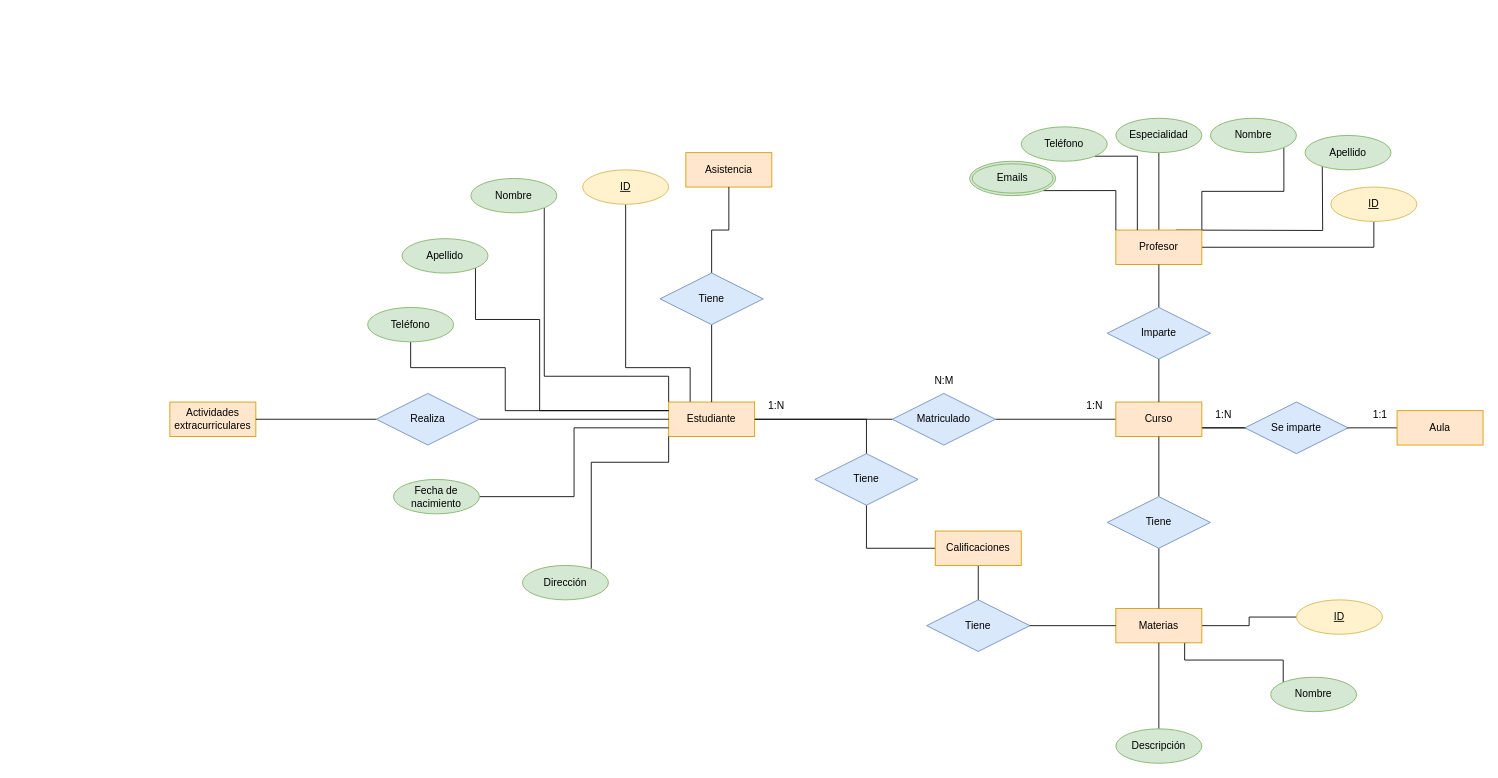
Above: TareaEvaluable_BAE.drawio in GRMiguelAngel/Base-Datos (draw.io), before the change. Source tidied: cells renumbered, new cells numbered last; positions are measured from the earlier drawing's top-left corner, leaving out a move shared by most shapes. Both pictures are drawn from the tidied source at 86%, with x=0, y=0 at pixel (169, 118).
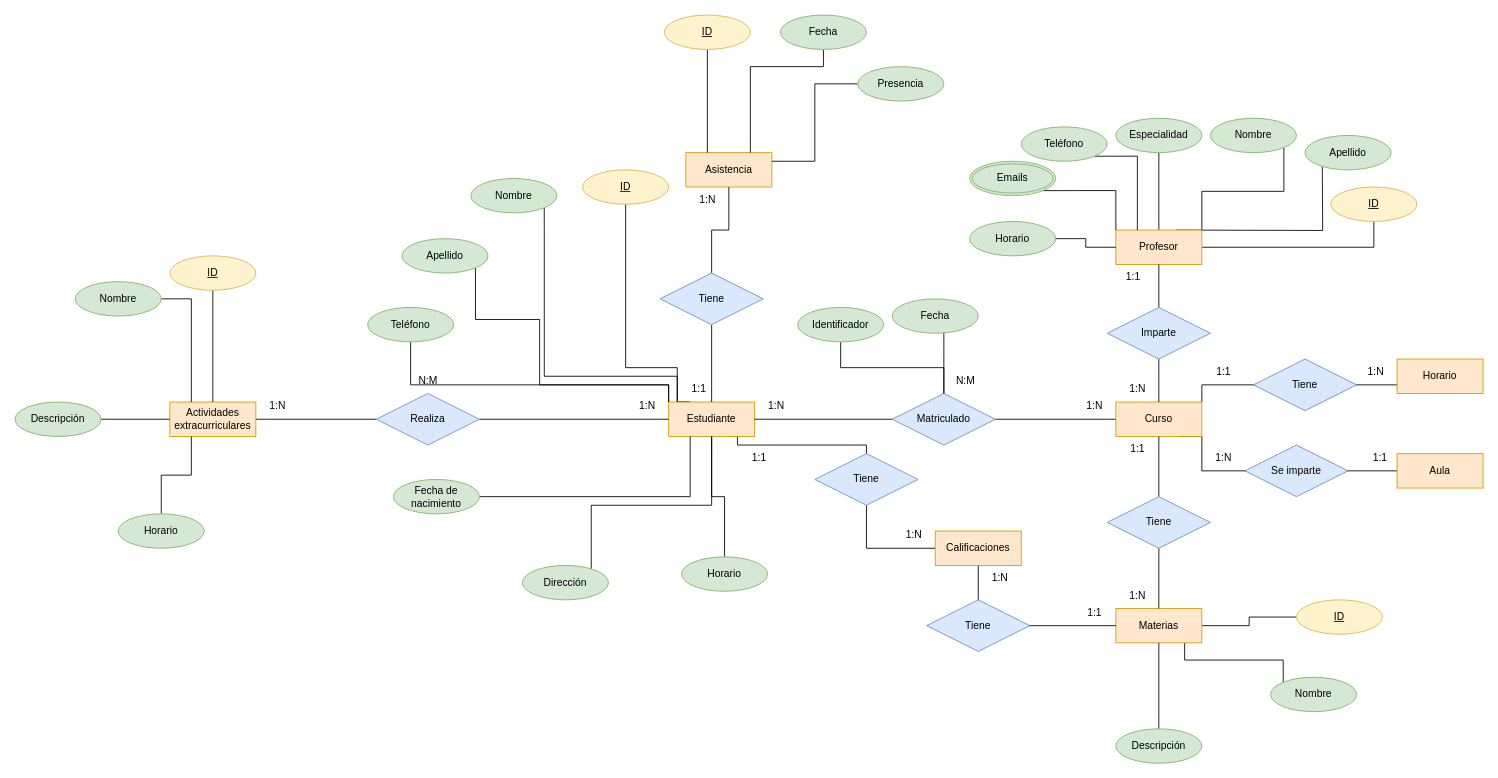
After the change.

Unchanged cells that the change refers to:
```xml
<mxCell id="4" value="Curso" style="whiteSpace=wrap;html=1;align=center;fillColor=#ffe6cc;strokeColor=#d79b00;" parent="1" vertex="1">
  <mxGeometry x="1100" y="330" width="100" height="40" as="geometry" />
</mxCell>
<mxCell id="8" value="Estudiante" style="whiteSpace=wrap;html=1;align=center;fillColor=#ffe6cc;strokeColor=#d79b00;" parent="1" vertex="1">
  <mxGeometry x="580" y="330" width="100" height="40" as="geometry" />
</mxCell>
<mxCell id="13" value="Profesor" style="whiteSpace=wrap;html=1;align=center;fillColor=#ffe6cc;strokeColor=#d79b00;" parent="1" vertex="1">
  <mxGeometry x="1100" y="130" width="100" height="40" as="geometry" />
</mxCell>
<mxCell id="14" value="Asistencia" style="whiteSpace=wrap;html=1;align=center;fillColor=#ffe6cc;strokeColor=#d79b00;" parent="1" vertex="1">
  <mxGeometry x="600" y="40" width="100" height="40" as="geometry" />
</mxCell>
<mxCell id="15" value="Actividades extracurriculares" style="whiteSpace=wrap;html=1;align=center;fillColor=#ffe6cc;strokeColor=#d79b00;" parent="1" vertex="1">
  <mxGeometry y="330" width="100" height="40" as="geometry" />
</mxCell>
<mxCell id="20" value="Calificaciones" style="whiteSpace=wrap;html=1;align=center;fillColor=#ffe6cc;strokeColor=#d79b00;" parent="1" vertex="1">
  <mxGeometry x="890" y="480" width="100" height="40" as="geometry" />
</mxCell>
<mxCell id="22" value="Matriculado" style="shape=rhombus;perimeter=rhombusPerimeter;whiteSpace=wrap;html=1;align=center;fillColor=#dae8fc;strokeColor=#6c8ebf;" parent="1" vertex="1">
  <mxGeometry x="840" y="320" width="120" height="60" as="geometry" />
</mxCell>
<mxCell id="38" value="ID" style="ellipse;whiteSpace=wrap;html=1;align=center;fontStyle=4;fillColor=#fff2cc;strokeColor=#d6b656;" parent="1" vertex="1">
  <mxGeometry x="480" y="60" width="100" height="40" as="geometry" />
</mxCell>
<mxCell id="39" value="Nombre" style="ellipse;whiteSpace=wrap;html=1;align=center;fillColor=#d5e8d4;strokeColor=#82b366;" parent="1" vertex="1">
  <mxGeometry x="350" y="70" width="100" height="40" as="geometry" />
</mxCell>
<mxCell id="41" value="Apellido" style="ellipse;whiteSpace=wrap;html=1;align=center;fillColor=#d5e8d4;strokeColor=#82b366;" parent="1" vertex="1">
  <mxGeometry x="270" y="140" width="100" height="40" as="geometry" />
</mxCell>
<mxCell id="43" value="Teléfono" style="ellipse;whiteSpace=wrap;html=1;align=center;fillColor=#d5e8d4;strokeColor=#82b366;" parent="1" vertex="1">
  <mxGeometry x="230" y="220" width="100" height="40" as="geometry" />
</mxCell>
<mxCell id="45" value="Dirección" style="ellipse;whiteSpace=wrap;html=1;align=center;fillColor=#d5e8d4;strokeColor=#82b366;" parent="1" vertex="1">
  <mxGeometry x="410" y="520" width="100" height="40" as="geometry" />
</mxCell>
<mxCell id="47" value="Fecha de nacimiento" style="ellipse;whiteSpace=wrap;html=1;align=center;fillColor=#d5e8d4;strokeColor=#82b366;" parent="1" vertex="1">
  <mxGeometry x="260" y="420" width="100" height="40" as="geometry" />
</mxCell>
```

What changed in the source:
```diff
@@
-    <mxCell id="3" style="edgeStyle=orthogonalEdgeStyle;rounded=0;jettySize=auto;html=1;exitX=1;exitY=0.5;exitDx=0;exitDy=0;endArrow=none;endFill=0;" parent="1" edge="1" source="60" target="37">
+    <mxCell id="3" style="edgeStyle=orthogonalEdgeStyle;rounded=0;jettySize=auto;html=1;endArrow=none;endFill=0;entryX=0;entryY=0.5;entryDx=0;entryDy=0;exitX=0.75;exitY=1;exitDx=0;exitDy=0;" parent="1" edge="1" source="4" target="37">
       <mxGeometry relative="1" as="geometry">
         <Array as="points">
-          <mxPoint x="1200" y="360" />
+          <mxPoint x="1200" y="370" />
+          <mxPoint x="1200" y="410" />
         </Array>
       </mxGeometry>
     </mxCell>
+    <mxCell id="66" style="edgeStyle=orthogonalEdgeStyle;rounded=0;jettySize=auto;html=1;exitX=1;exitY=0;exitDx=0;exitDy=0;endArrow=none;endFill=0;" parent="1" edge="1" source="4" target="76">
+      <mxGeometry relative="1" as="geometry">
+        <Array as="points">
+          <mxPoint x="1200" y="310" />
+        </Array>
+      </mxGeometry>
+    </mxCell>
@@
-    <mxCell id="5" style="edgeStyle=orthogonalEdgeStyle;rounded=0;jettySize=auto;html=1;entryX=0;entryY=0.5;entryDx=0;entryDy=0;endArrow=none;endFill=0;" parent="1" edge="1" source="8" target="20">
+    <mxCell id="5" style="edgeStyle=orthogonalEdgeStyle;rounded=0;jettySize=auto;html=1;entryX=0;entryY=0.5;entryDx=0;entryDy=0;endArrow=none;endFill=0;exitX=0.75;exitY=1;exitDx=0;exitDy=0;" parent="1" edge="1" source="8" target="20">
       <mxGeometry relative="1" as="geometry">
         <Array as="points">
+          <mxPoint x="660" y="370" />
+          <mxPoint x="660" y="380" />
+          <mxPoint x="810" y="380" />
           <mxPoint x="810" y="500" />
         </Array>
       </mxGeometry>
     </mxCell>
     <mxCell id="6" style="edgeStyle=orthogonalEdgeStyle;rounded=0;jettySize=auto;html=1;exitX=0.25;exitY=0;exitDx=0;exitDy=0;endArrow=none;endFill=0;" parent="1" edge="1" source="8" target="38">
       <mxGeometry relative="1" as="geometry">
         <Array as="points">
-          <mxPoint x="605" y="290" />
+          <mxPoint x="590" y="330" />
+          <mxPoint x="590" y="290" />
           <mxPoint x="530" y="290" />
         </Array>
       </mxGeometry>
     </mxCell>
-    <mxCell id="7" style="edgeStyle=orthogonalEdgeStyle;rounded=0;jettySize=auto;html=1;exitX=0;exitY=0;exitDx=0;exitDy=0;entryX=1;entryY=1;entryDx=0;entryDy=0;endArrow=none;endFill=0;" parent="1" edge="1" source="8" target="39">
+    <mxCell id="7" style="edgeStyle=orthogonalEdgeStyle;rounded=0;jettySize=auto;html=1;exitX=0.25;exitY=0;exitDx=0;exitDy=0;entryX=1;entryY=1;entryDx=0;entryDy=0;endArrow=none;endFill=0;" parent="1" edge="1" source="8" target="39">
       <mxGeometry relative="1" as="geometry">
         <Array as="points">
-          <mxPoint x="580" y="300" />
+          <mxPoint x="590" y="330" />
+          <mxPoint x="590" y="300" />
           <mxPoint x="435" y="300" />
         </Array>
       </mxGeometry>
     </mxCell>
@@
     <mxCell id="37" value="Aula" style="whiteSpace=wrap;html=1;align=center;fillColor=#ffe6cc;strokeColor=#d79b00;" parent="1" vertex="1">
-      <mxGeometry x="1427" y="340" width="100" height="40" as="geometry" />
+      <mxGeometry x="1427" y="390" width="100" height="40" as="geometry" />
     </mxCell>
@@
-    <mxCell id="40" style="edgeStyle=orthogonalEdgeStyle;rounded=0;jettySize=auto;html=1;exitX=1;exitY=1;exitDx=0;exitDy=0;entryX=0;entryY=0.25;entryDx=0;entryDy=0;endArrow=none;endFill=0;" parent="1" edge="1" source="41" target="8">
+    <mxCell id="40" style="edgeStyle=orthogonalEdgeStyle;rounded=0;jettySize=auto;html=1;exitX=1;exitY=1;exitDx=0;exitDy=0;endArrow=none;endFill=0;" parent="1" edge="1" source="41">
       <mxGeometry relative="1" as="geometry">
+        <mxPoint x="580" y="330" as="targetPoint" />
         <Array as="points">
+          <mxPoint x="355" y="234" />
           <mxPoint x="430" y="234" />
-          <mxPoint x="430" y="340" />
+          <mxPoint x="430" y="310" />
+          <mxPoint x="580" y="310" />
         </Array>
       </mxGeometry>
     </mxCell>
@@
-    <mxCell id="42" style="edgeStyle=orthogonalEdgeStyle;rounded=0;jettySize=auto;html=1;endArrow=none;endFill=0;" parent="1" edge="1" source="43">
+    <mxCell id="42" style="edgeStyle=orthogonalEdgeStyle;rounded=0;jettySize=auto;html=1;endArrow=none;endFill=0;entryX=0;entryY=0;entryDx=0;entryDy=0;exitX=0.5;exitY=1;exitDx=0;exitDy=0;" parent="1" edge="1" source="43" target="8">
       <mxGeometry relative="1" as="geometry">
-        <mxPoint x="580" y="340" as="targetPoint" />
         <Array as="points">
-          <mxPoint x="280" y="290" />
-          <mxPoint x="390" y="290" />
-          <mxPoint x="390" y="340" />
+          <mxPoint x="280" y="310" />
+          <mxPoint x="580" y="310" />
         </Array>
       </mxGeometry>
     </mxCell>
@@
-    <mxCell id="44" style="edgeStyle=orthogonalEdgeStyle;rounded=0;jettySize=auto;html=1;exitX=1;exitY=0;exitDx=0;exitDy=0;entryX=0;entryY=1;entryDx=0;entryDy=0;endArrow=none;endFill=0;" parent="1" edge="1" source="45" target="8">
+    <mxCell id="44" style="edgeStyle=orthogonalEdgeStyle;rounded=0;jettySize=auto;html=1;exitX=1;exitY=0;exitDx=0;exitDy=0;entryX=0.5;entryY=1;entryDx=0;entryDy=0;endArrow=none;endFill=0;" parent="1" edge="1" source="45" target="8">
       <mxGeometry relative="1" as="geometry">
         <Array as="points">
           <mxPoint x="490" y="526" />
-          <mxPoint x="490" y="400" />
-          <mxPoint x="580" y="400" />
+          <mxPoint x="490" y="450" />
+          <mxPoint x="630" y="450" />
         </Array>
       </mxGeometry>
     </mxCell>
@@
-    <mxCell id="46" style="edgeStyle=orthogonalEdgeStyle;rounded=0;jettySize=auto;html=1;entryX=0;entryY=0.75;entryDx=0;entryDy=0;endArrow=none;endFill=0;" parent="1" edge="1" source="47" target="8">
+    <mxCell id="46" style="edgeStyle=orthogonalEdgeStyle;rounded=0;jettySize=auto;html=1;entryX=0.25;entryY=1;entryDx=0;entryDy=0;endArrow=none;endFill=0;" parent="1" edge="1" source="47" target="8">
       <mxGeometry relative="1" as="geometry" />
     </mxCell>
@@
     <mxCell id="60" value="Se imparte" style="shape=rhombus;perimeter=rhombusPerimeter;whiteSpace=wrap;html=1;align=center;fillColor=#dae8fc;strokeColor=#6c8ebf;" parent="1" vertex="1">
-      <mxGeometry x="1250" y="330" width="120" height="60" as="geometry" />
+      <mxGeometry x="1250" y="380" width="120" height="60" as="geometry" />
     </mxCell>
     <mxCell id="61" value="1:1" style="text;html=1;align=center;verticalAlign=middle;strokeColor=none;fillColor=none;" parent="1" vertex="1">
-      <mxGeometry x="1387" y="330" width="40" height="30" as="geometry" />
+      <mxGeometry x="1387" y="380" width="40" height="30" as="geometry" />
     </mxCell>
     <mxCell id="62" value="1:N" style="text;html=1;align=center;verticalAlign=middle;strokeColor=none;fillColor=none;" parent="1" vertex="1">
-      <mxGeometry x="1205" y="330" width="40" height="30" as="geometry" />
+      <mxGeometry x="1205" y="380" width="40" height="30" as="geometry" />
     </mxCell>
@@
     <mxCell id="65" value="N:M" style="text;html=1;align=center;verticalAlign=middle;strokeColor=none;fillColor=none;" parent="1" vertex="1">
-      <mxGeometry x="875" y="290" width="50" height="30" as="geometry" />
+      <mxGeometry x="900" y="290" width="50" height="30" as="geometry" />
     </mxCell>
+    <mxCell id="67" value="1:N" style="text;html=1;align=center;verticalAlign=middle;strokeColor=none;fillColor=none;" parent="1" vertex="1">
+      <mxGeometry x="1105" y="300" width="40" height="30" as="geometry" />
+    </mxCell>
+    <mxCell id="68" value="1:1" style="text;html=1;align=center;verticalAlign=middle;strokeColor=none;fillColor=none;" parent="1" vertex="1">
+      <mxGeometry x="1100" y="170" width="40" height="30" as="geometry" />
+    </mxCell>
+    <mxCell id="69" value="1:N" style="text;html=1;align=center;verticalAlign=middle;strokeColor=none;fillColor=none;" parent="1" vertex="1">
+      <mxGeometry x="1105" y="540" width="40" height="30" as="geometry" />
+    </mxCell>
+    <mxCell id="70" value="1:1" style="text;html=1;align=center;verticalAlign=middle;strokeColor=none;fillColor=none;" parent="1" vertex="1">
+      <mxGeometry x="1105" y="370" width="40" height="30" as="geometry" />
+    </mxCell>
+    <mxCell id="71" value="1:N" style="text;html=1;align=center;verticalAlign=middle;strokeColor=none;fillColor=none;" parent="1" vertex="1">
+      <mxGeometry x="535" y="320" width="40" height="30" as="geometry" />
+    </mxCell>
+    <mxCell id="72" value="1:N" style="text;html=1;align=center;verticalAlign=middle;strokeColor=none;fillColor=none;" parent="1" vertex="1">
+      <mxGeometry x="105" y="320" width="40" height="30" as="geometry" />
+    </mxCell>
+    <mxCell id="73" value="N:M" style="text;html=1;align=center;verticalAlign=middle;strokeColor=none;fillColor=none;" parent="1" vertex="1">
+      <mxGeometry x="275" y="290" width="50" height="30" as="geometry" />
+    </mxCell>
+    <mxCell id="74" value="1:N" style="text;html=1;align=center;verticalAlign=middle;strokeColor=none;fillColor=none;" parent="1" vertex="1">
+      <mxGeometry x="605" y="80" width="40" height="30" as="geometry" />
+    </mxCell>
+    <mxCell id="75" value="1:1" style="text;html=1;align=center;verticalAlign=middle;strokeColor=none;fillColor=none;" parent="1" vertex="1">
+      <mxGeometry x="595" y="300" width="40" height="30" as="geometry" />
+    </mxCell>
+    <mxCell id="76" value="Horario" style="whiteSpace=wrap;html=1;align=center;fillColor=#ffe6cc;strokeColor=#d79b00;" parent="1" vertex="1">
+      <mxGeometry x="1427" y="280" width="100" height="40" as="geometry" />
+    </mxCell>
+    <mxCell id="77" value="Tiene" style="shape=rhombus;perimeter=rhombusPerimeter;whiteSpace=wrap;html=1;align=center;fillColor=#dae8fc;strokeColor=#6c8ebf;" parent="1" vertex="1">
+      <mxGeometry x="1260" y="280" width="120" height="60" as="geometry" />
+    </mxCell>
+    <mxCell id="78" value="1:N" style="text;html=1;align=center;verticalAlign=middle;strokeColor=none;fillColor=none;" parent="1" vertex="1">
+      <mxGeometry x="1382" y="280" width="40" height="30" as="geometry" />
+    </mxCell>
+    <mxCell id="79" value="1:1" style="text;html=1;align=center;verticalAlign=middle;strokeColor=none;fillColor=none;" parent="1" vertex="1">
+      <mxGeometry x="1205" y="280" width="40" height="30" as="geometry" />
+    </mxCell>
+    <mxCell id="80" value="1:1" style="text;html=1;align=center;verticalAlign=middle;strokeColor=none;fillColor=none;" parent="1" vertex="1">
+      <mxGeometry x="665" y="380" width="40" height="30" as="geometry" />
+    </mxCell>
+    <mxCell id="81" value="1:N" style="text;html=1;align=center;verticalAlign=middle;strokeColor=none;fillColor=none;" parent="1" vertex="1">
+      <mxGeometry x="845" y="470" width="40" height="30" as="geometry" />
+    </mxCell>
+    <mxCell id="82" value="1:1" style="text;html=1;align=center;verticalAlign=middle;strokeColor=none;fillColor=none;" parent="1" vertex="1">
+      <mxGeometry x="1055" y="560" width="40" height="30" as="geometry" />
+    </mxCell>
+    <mxCell id="83" value="1:N" style="text;html=1;align=center;verticalAlign=middle;strokeColor=none;fillColor=none;" parent="1" vertex="1">
+      <mxGeometry x="945" y="520" width="40" height="30" as="geometry" />
+    </mxCell>
+    <mxCell id="84" style="edgeStyle=orthogonalEdgeStyle;rounded=0;jettySize=auto;html=1;endArrow=none;endFill=0;" parent="1" edge="1" source="85" target="22">
+      <mxGeometry relative="1" as="geometry">
+        <Array as="points">
+          <mxPoint x="780" y="290" />
+          <mxPoint x="900" y="290" />
+        </Array>
+      </mxGeometry>
+    </mxCell>
+    <mxCell id="85" value="Identificador" style="ellipse;whiteSpace=wrap;html=1;align=center;fillColor=#d5e8d4;strokeColor=#82b366;" parent="1" vertex="1">
+      <mxGeometry x="730" y="220" width="100" height="40" as="geometry" />
+    </mxCell>
+    <mxCell id="86" style="edgeStyle=orthogonalEdgeStyle;rounded=0;jettySize=auto;html=1;entryX=0.5;entryY=0;entryDx=0;entryDy=0;endArrow=none;endFill=0;" parent="1" edge="1" source="87" target="22">
+      <mxGeometry relative="1" as="geometry">
+        <Array as="points">
+          <mxPoint x="900" y="270" />
+          <mxPoint x="900" y="270" />
+        </Array>
+      </mxGeometry>
+    </mxCell>
+    <mxCell id="87" value="Fecha" style="ellipse;whiteSpace=wrap;html=1;align=center;fillColor=#d5e8d4;strokeColor=#82b366;" parent="1" vertex="1">
+      <mxGeometry x="840" y="210" width="100" height="40" as="geometry" />
+    </mxCell>
+    <mxCell id="88" style="edgeStyle=orthogonalEdgeStyle;rounded=0;jettySize=auto;html=1;endArrow=none;endFill=0;" parent="1" edge="1" source="89" target="8">
+      <mxGeometry relative="1" as="geometry" />
+    </mxCell>
+    <mxCell id="89" value="Horario" style="ellipse;whiteSpace=wrap;html=1;align=center;fillColor=#d5e8d4;strokeColor=#82b366;" parent="1" vertex="1">
+      <mxGeometry x="595" y="510" width="100" height="40" as="geometry" />
+    </mxCell>
+    <mxCell id="90" style="edgeStyle=orthogonalEdgeStyle;rounded=0;jettySize=auto;html=1;entryX=0;entryY=0.5;entryDx=0;entryDy=0;endArrow=none;endFill=0;" parent="1" edge="1" source="91" target="13">
+      <mxGeometry relative="1" as="geometry" />
+    </mxCell>
+    <mxCell id="91" value="Horario" style="ellipse;whiteSpace=wrap;html=1;align=center;fillColor=#d5e8d4;strokeColor=#82b366;" parent="1" vertex="1">
+      <mxGeometry x="930" y="120" width="100" height="40" as="geometry" />
+    </mxCell>
+    <mxCell id="92" style="edgeStyle=orthogonalEdgeStyle;rounded=0;jettySize=auto;html=1;entryX=0.5;entryY=0;entryDx=0;entryDy=0;endArrow=none;endFill=0;" parent="1" edge="1" source="93" target="15">
+      <mxGeometry relative="1" as="geometry" />
+    </mxCell>
+    <mxCell id="93" value="ID" style="ellipse;whiteSpace=wrap;html=1;align=center;fontStyle=4;fillColor=#fff2cc;strokeColor=#d6b656;" parent="1" vertex="1">
+      <mxGeometry y="160" width="100" height="40" as="geometry" />
+    </mxCell>
+    <mxCell id="94" style="edgeStyle=orthogonalEdgeStyle;rounded=0;jettySize=auto;html=1;entryX=0.25;entryY=0;entryDx=0;entryDy=0;endArrow=none;endFill=0;" parent="1" edge="1" source="95" target="15">
+      <mxGeometry relative="1" as="geometry" />
+    </mxCell>
+    <mxCell id="95" value="Nombre" style="ellipse;whiteSpace=wrap;html=1;align=center;fillColor=#d5e8d4;strokeColor=#82b366;" parent="1" vertex="1">
+      <mxGeometry x="-110" y="190" width="100" height="40" as="geometry" />
+    </mxCell>
+    <mxCell id="96" style="edgeStyle=orthogonalEdgeStyle;rounded=0;jettySize=auto;html=1;entryX=0;entryY=0.5;entryDx=0;entryDy=0;endArrow=none;endFill=0;" parent="1" edge="1" source="97" target="15">
+      <mxGeometry relative="1" as="geometry" />
+    </mxCell>
+    <mxCell id="97" value="Descripción" style="ellipse;whiteSpace=wrap;html=1;align=center;fillColor=#d5e8d4;strokeColor=#82b366;" parent="1" vertex="1">
+      <mxGeometry x="-180" y="330" width="100" height="40" as="geometry" />
+    </mxCell>
+    <mxCell id="98" style="edgeStyle=orthogonalEdgeStyle;rounded=0;jettySize=auto;html=1;exitX=0.5;exitY=0;exitDx=0;exitDy=0;entryX=0.25;entryY=1;entryDx=0;entryDy=0;endArrow=none;endFill=0;" parent="1" edge="1" source="99" target="15">
+      <mxGeometry relative="1" as="geometry" />
+    </mxCell>
+    <mxCell id="99" value="Horario" style="ellipse;whiteSpace=wrap;html=1;align=center;fillColor=#d5e8d4;strokeColor=#82b366;" parent="1" vertex="1">
+      <mxGeometry x="-60" y="460" width="100" height="40" as="geometry" />
+    </mxCell>
+    <mxCell id="100" style="edgeStyle=orthogonalEdgeStyle;rounded=0;jettySize=auto;html=1;entryX=0.25;entryY=0;entryDx=0;entryDy=0;endArrow=none;endFill=0;" parent="1" edge="1" source="101" target="14">
+      <mxGeometry relative="1" as="geometry" />
+    </mxCell>
+    <mxCell id="101" value="ID" style="ellipse;whiteSpace=wrap;html=1;align=center;fontStyle=4;fillColor=#fff2cc;strokeColor=#d6b656;" parent="1" vertex="1">
+      <mxGeometry x="575" y="-120" width="100" height="40" as="geometry" />
+    </mxCell>
+    <mxCell id="102" style="edgeStyle=orthogonalEdgeStyle;rounded=0;jettySize=auto;html=1;entryX=0.75;entryY=0;entryDx=0;entryDy=0;endArrow=none;endFill=0;" parent="1" edge="1" source="103" target="14">
+      <mxGeometry relative="1" as="geometry">
+        <Array as="points">
+          <mxPoint x="760" y="-60" />
+          <mxPoint x="675" y="-60" />
+        </Array>
+      </mxGeometry>
+    </mxCell>
+    <mxCell id="103" value="Fecha" style="ellipse;whiteSpace=wrap;html=1;align=center;fillColor=#d5e8d4;strokeColor=#82b366;" parent="1" vertex="1">
+      <mxGeometry x="710" y="-120" width="100" height="40" as="geometry" />
+    </mxCell>
+    <mxCell id="104" style="edgeStyle=orthogonalEdgeStyle;rounded=0;jettySize=auto;html=1;entryX=1;entryY=0.25;entryDx=0;entryDy=0;endArrow=none;endFill=0;" parent="1" edge="1" source="105" target="14">
+      <mxGeometry relative="1" as="geometry" />
+    </mxCell>
+    <mxCell id="105" value="Presencia" style="ellipse;whiteSpace=wrap;html=1;align=center;fillColor=#d5e8d4;strokeColor=#82b366;" parent="1" vertex="1">
+      <mxGeometry x="800" y="-60" width="100" height="40" as="geometry" />
+    </mxCell>
```
